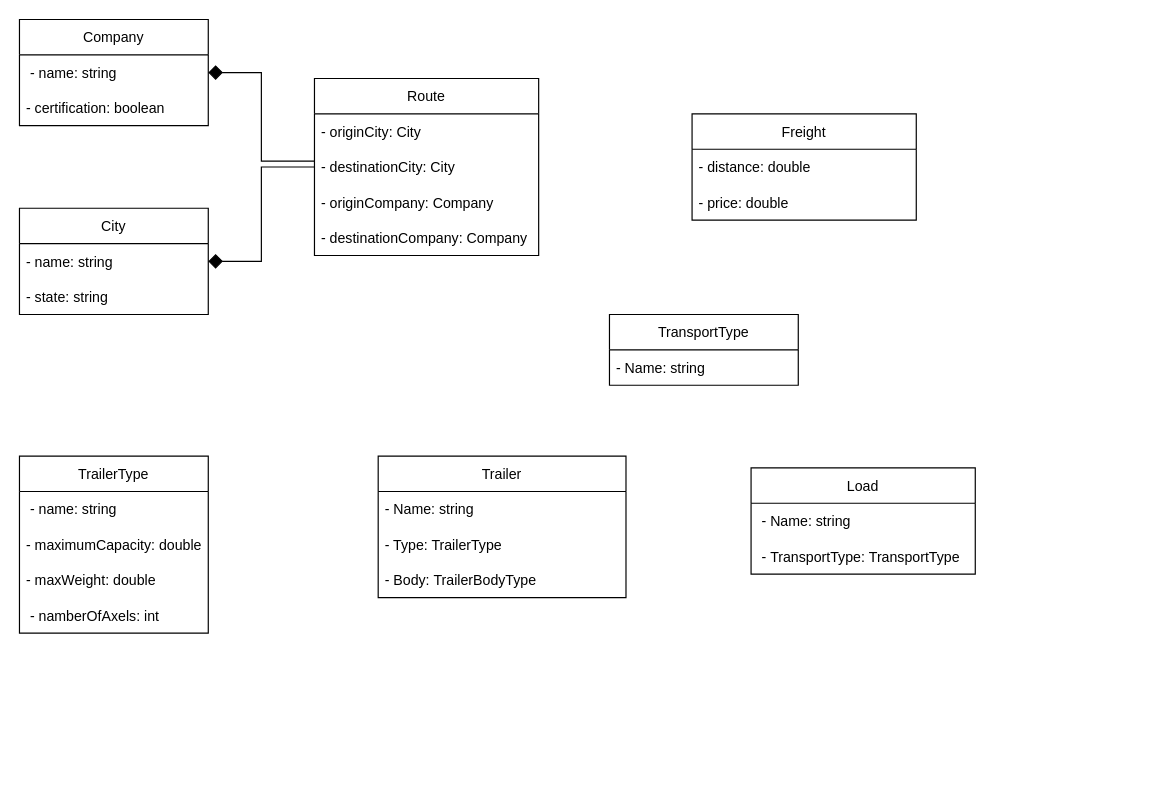
The draw.io diagram diagramaDeClasse-TecnologiaEmDesenvolvimentoDeSistemas.drawio in rafaelomodei/meufrete, before the edit. Source tidied: cells renumbered, new cells numbered last; positions are measured from the earlier drawing's top-left corner, leaving out a move shared by most shapes. Both pictures are drawn from the tidied source at 118%, with x=0, y=0 at pixel (19, 19).
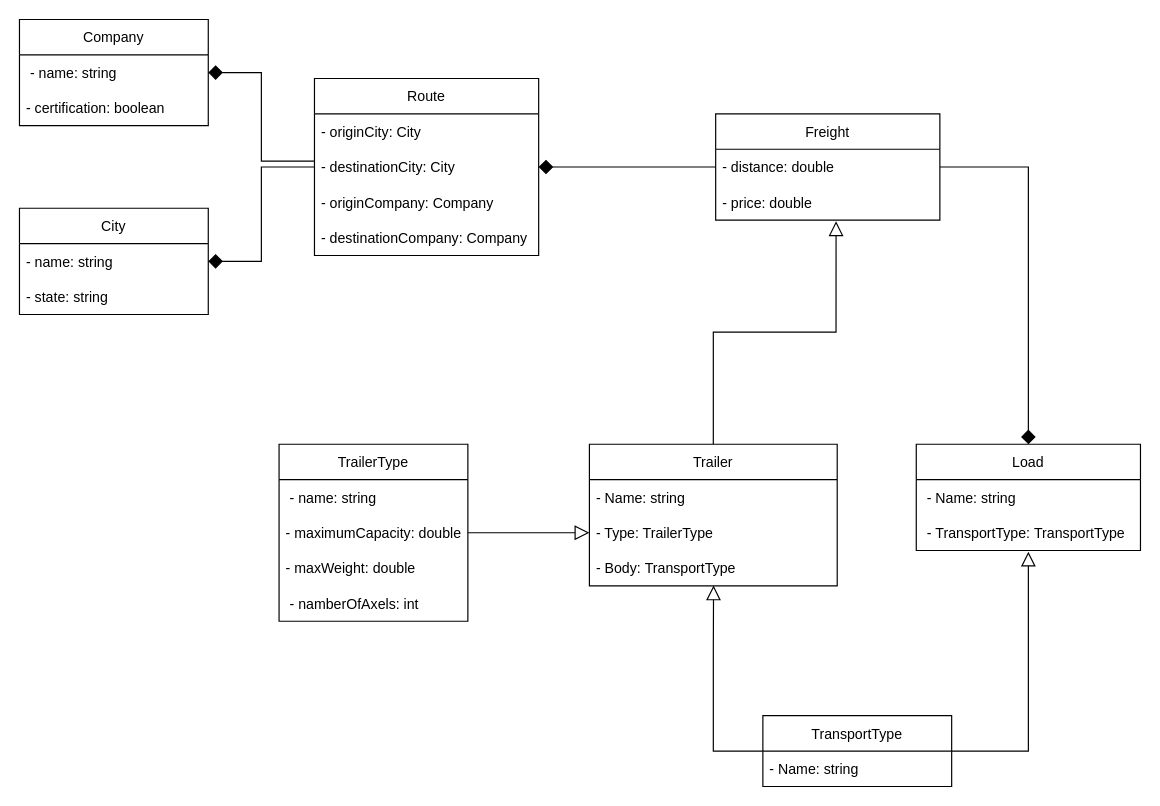
Above is the later version.

Commit message:
conect class and add atributes

Unchanged cells that the change refers to:
```xml
<mxCell id="4" value="- Type: TrailerType" style="text;strokeColor=none;fillColor=none;align=left;verticalAlign=middle;spacingLeft=4;spacingRight=4;overflow=hidden;points=[[0,0.5],[1,0.5]];portConstraint=eastwest;" parent="2" vertex="1">
  <mxGeometry y="60" width="210" height="30" as="geometry" />
</mxCell>
<mxCell id="14" value="- maximumCapacity: double" style="text;strokeColor=none;fillColor=none;align=left;verticalAlign=middle;spacingLeft=4;spacingRight=4;overflow=hidden;points=[[0,0.5],[1,0.5]];portConstraint=eastwest;" parent="12" vertex="1">
  <mxGeometry y="60" width="160" height="30" as="geometry" />
</mxCell>
<mxCell id="21" value="- distance: double" style="text;strokeColor=none;fillColor=none;align=left;verticalAlign=middle;spacingLeft=4;spacingRight=4;overflow=hidden;points=[[0,0.5],[1,0.5]];portConstraint=eastwest;" parent="20" vertex="1">
  <mxGeometry y="30" width="190" height="30" as="geometry" />
</mxCell>
<mxCell id="22" value="- price: double" style="text;strokeColor=none;fillColor=none;align=left;verticalAlign=middle;spacingLeft=4;spacingRight=4;overflow=hidden;points=[[0,0.5],[1,0.5]];portConstraint=eastwest;" parent="20" vertex="1">
  <mxGeometry y="60" width="190" height="30" as="geometry" />
</mxCell>
<mxCell id="29" value="- destinationCity: City" style="text;strokeColor=none;fillColor=none;align=left;verticalAlign=middle;spacingLeft=4;spacingRight=4;overflow=hidden;points=[[0,0.5],[1,0.5]];portConstraint=eastwest;" parent="27" vertex="1">
  <mxGeometry y="60" width="190" height="30" as="geometry" />
</mxCell>
```

What changed in the source:
```diff
@@
+    <mxCell id="32" style="edgeStyle=orthogonalEdgeStyle;rounded=0;jettySize=auto;html=1;entryX=0.537;entryY=1.033;entryDx=0;entryDy=0;entryPerimeter=0;endArrow=block;endFill=0;endSize=10;strokeWidth=1;" parent="1" edge="1" source="2" target="22">
+      <mxGeometry relative="1" as="geometry" />
+    </mxCell>
     <mxCell id="2" value="Trailer" style="swimlane;fontStyle=0;horizontal=1;startSize=30;" parent="1" vertex="1">
-      <mxGeometry x="304" y="370" width="210" height="120" as="geometry" />
+      <mxGeometry x="483" y="360" width="210" height="120" as="geometry" />
     </mxCell>
@@
-    <mxCell id="5" value="- Body: TrailerBodyType" style="text;strokeColor=none;fillColor=none;align=left;verticalAlign=middle;spacingLeft=4;spacingRight=4;overflow=hidden;points=[[0,0.5],[1,0.5]];portConstraint=eastwest;" parent="2" vertex="1">
+    <mxCell id="5" value="- Body: TransportType" style="text;strokeColor=none;fillColor=none;align=left;verticalAlign=middle;spacingLeft=4;spacingRight=4;overflow=hidden;points=[[0,0.5],[1,0.5]];portConstraint=eastwest;" parent="2" vertex="1">
       <mxGeometry y="90" width="210" height="30" as="geometry" />
     </mxCell>
@@
     <mxCell id="9" value="Load" style="swimlane;fontStyle=0;horizontal=1;startSize=30;" parent="1" vertex="1">
-      <mxGeometry x="620" y="380" width="190" height="90" as="geometry" />
+      <mxGeometry x="760" y="360" width="190" height="90" as="geometry" />
     </mxCell>
@@
     <mxCell id="12" value="TrailerType" style="swimlane;fontStyle=0;horizontal=1;startSize=30;" parent="1" vertex="1">
-      <mxGeometry y="370" width="160" height="150" as="geometry" />
+      <mxGeometry x="220" y="360" width="160" height="150" as="geometry" />
     </mxCell>
@@
+    <mxCell id="33" style="edgeStyle=orthogonalEdgeStyle;rounded=0;jettySize=auto;html=1;endArrow=diamond;endFill=1;endSize=10;strokeWidth=1;" parent="1" edge="1" source="20" target="9">
+      <mxGeometry relative="1" as="geometry">
+        <Array as="points">
+          <mxPoint x="855" y="125" />
+        </Array>
+      </mxGeometry>
+    </mxCell>
     <mxCell id="20" value="Freight" style="swimlane;fontStyle=0;horizontal=1;startSize=30;" parent="1" vertex="1">
-      <mxGeometry x="570" y="80" width="190" height="90" as="geometry" />
+      <mxGeometry x="590" y="80" width="190" height="90" as="geometry" />
     </mxCell>
@@
+    <mxCell id="34" style="edgeStyle=orthogonalEdgeStyle;rounded=0;jettySize=auto;html=1;endArrow=block;endFill=0;endSize=10;" parent="1" edge="1" source="23">
+      <mxGeometry relative="1" as="geometry">
+        <mxPoint x="855" y="451" as="targetPoint" />
+        <Array as="points">
+          <mxPoint x="855" y="620" />
+        </Array>
+      </mxGeometry>
+    </mxCell>
+    <mxCell id="35" style="edgeStyle=orthogonalEdgeStyle;rounded=0;jettySize=auto;html=1;entryX=0.501;entryY=0.987;entryDx=0;entryDy=0;entryPerimeter=0;endSize=10;endArrow=block;endFill=0;" parent="1" edge="1" source="23" target="5">
+      <mxGeometry relative="1" as="geometry">
+        <Array as="points">
+          <mxPoint x="588" y="620" />
+          <mxPoint x="588" y="535" />
+          <mxPoint x="588" y="535" />
+        </Array>
+      </mxGeometry>
+    </mxCell>
     <mxCell id="23" value="TransportType" style="swimlane;fontStyle=0;horizontal=1;startSize=30;" parent="1" vertex="1">
-      <mxGeometry x="500" y="250" width="160" height="60" as="geometry" />
+      <mxGeometry x="630" y="590" width="160" height="60" as="geometry" />
     </mxCell>
@@
+    <mxCell id="36" style="edgeStyle=orthogonalEdgeStyle;rounded=0;jettySize=auto;html=1;endArrow=block;endFill=0;endSize=10;" parent="1" edge="1" source="14" target="4">
+      <mxGeometry relative="1" as="geometry" />
+    </mxCell>
+    <mxCell id="37" style="edgeStyle=orthogonalEdgeStyle;rounded=0;jettySize=auto;html=1;entryX=1;entryY=0.5;entryDx=0;entryDy=0;endArrow=diamond;endFill=1;strokeWidth=1;endSize=10;" parent="1" edge="1" source="21" target="29">
+      <mxGeometry relative="1" as="geometry" />
+    </mxCell>
```
